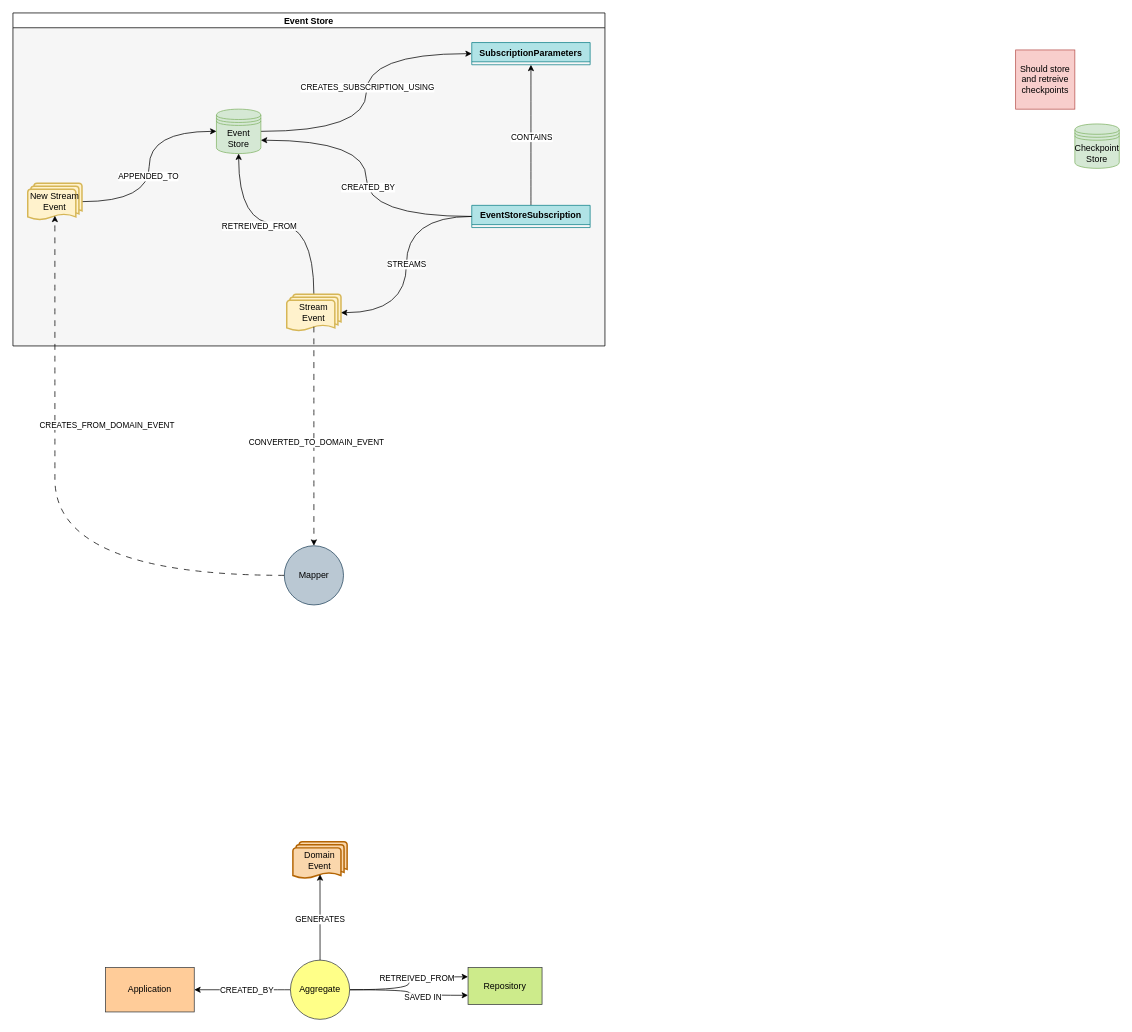
Before: diagram.drawio in rndmBot/bestagon, a draw.io diagram. Source tidied: cells renumbered, new cells numbered last; positions are measured from the earlier drawing's top-left corner, leaving out a move shared by most shapes. Both pictures are drawn from the tidied source at 74%, with x=0, y=0 at pixel (13, 13).
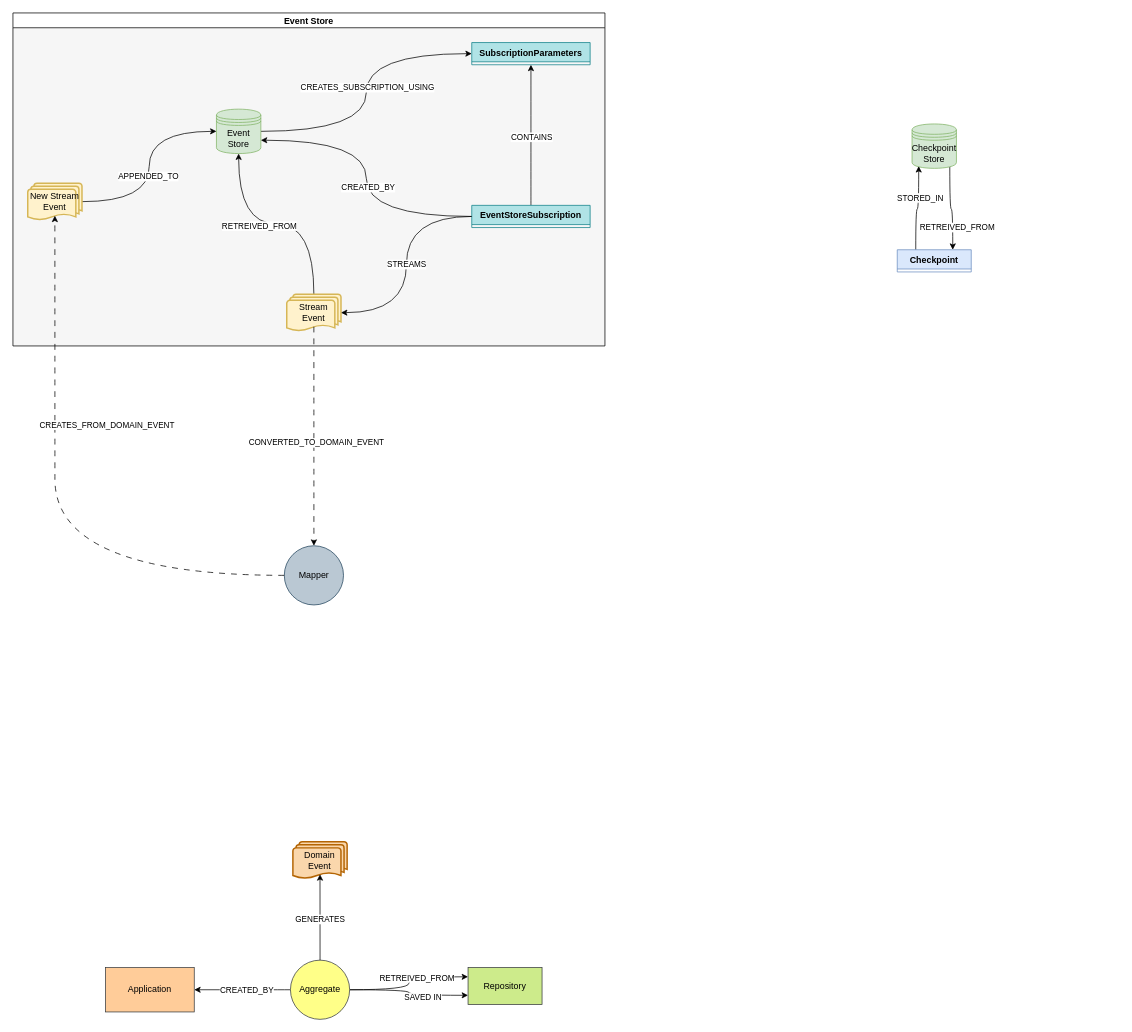
The same diagram, later.

What changed in the source:
```diff
@@
+    <mxCell id="39" style="edgeStyle=orthogonalEdgeStyle;rounded=0;jettySize=auto;html=1;entryX=0.75;entryY=0;entryDx=0;entryDy=0;exitX=0.85;exitY=0.95;exitDx=0;exitDy=0;exitPerimeter=0;curved=1;" parent="1" edge="1" source="2" target="43">
+      <mxGeometry relative="1" as="geometry" />
+    </mxCell>
+    <mxCell id="40" value="RETREIVED_FROM" style="edgeLabel;html=1;align=center;verticalAlign=middle;" parent="39" vertex="1">
+      <mxGeometry x="0.54" y="1" relative="1" as="geometry">
+        <mxPoint x="4" y="-4" as="offset" />
+      </mxGeometry>
+    </mxCell>
     <mxCell id="2" value="Checkpoint Store" style="shape=datastore;whiteSpace=wrap;html=1;fillColor=#d5e8d4;strokeColor=#82b366;" parent="1" vertex="1">
-      <mxGeometry x="1435" y="150" width="60" height="60" as="geometry" />
+      <mxGeometry x="1215" y="150" width="60" height="60" as="geometry" />
     </mxCell>
@@
-    <mxCell id="34" value="Should store and retreive checkpoints" style="whiteSpace=wrap;html=1;fillColor=#f8cecc;strokeColor=#b85450;" parent="1" vertex="1">
-      <mxGeometry x="1355" y="50" width="80" height="80" as="geometry" />
-    </mxCell>
@@
+    <mxCell id="41" style="edgeStyle=orthogonalEdgeStyle;rounded=0;jettySize=auto;html=1;entryX=0.15;entryY=0.95;entryDx=0;entryDy=0;exitX=0.25;exitY=0;exitDx=0;exitDy=0;entryPerimeter=0;curved=1;" parent="1" edge="1" source="43" target="2">
+      <mxGeometry relative="1" as="geometry" />
+    </mxCell>
+    <mxCell id="42" value="STORED_IN" style="edgeLabel;html=1;align=center;verticalAlign=middle;" parent="41" vertex="1">
+      <mxGeometry x="-0.08" y="-6" relative="1" as="geometry">
+        <mxPoint x="-1" y="-17" as="offset" />
+      </mxGeometry>
+    </mxCell>
+    <mxCell id="43" value="Checkpoint" style="swimlane;fontStyle=1;align=center;verticalAlign=top;horizontal=1;startSize=26;whiteSpace=wrap;html=1;fillColor=#dae8fc;strokeColor=#6c8ebf;" parent="1" vertex="1" collapsed="1">
+      <mxGeometry x="1195" y="320" width="100" height="30" as="geometry" />
+    </mxCell>
```
